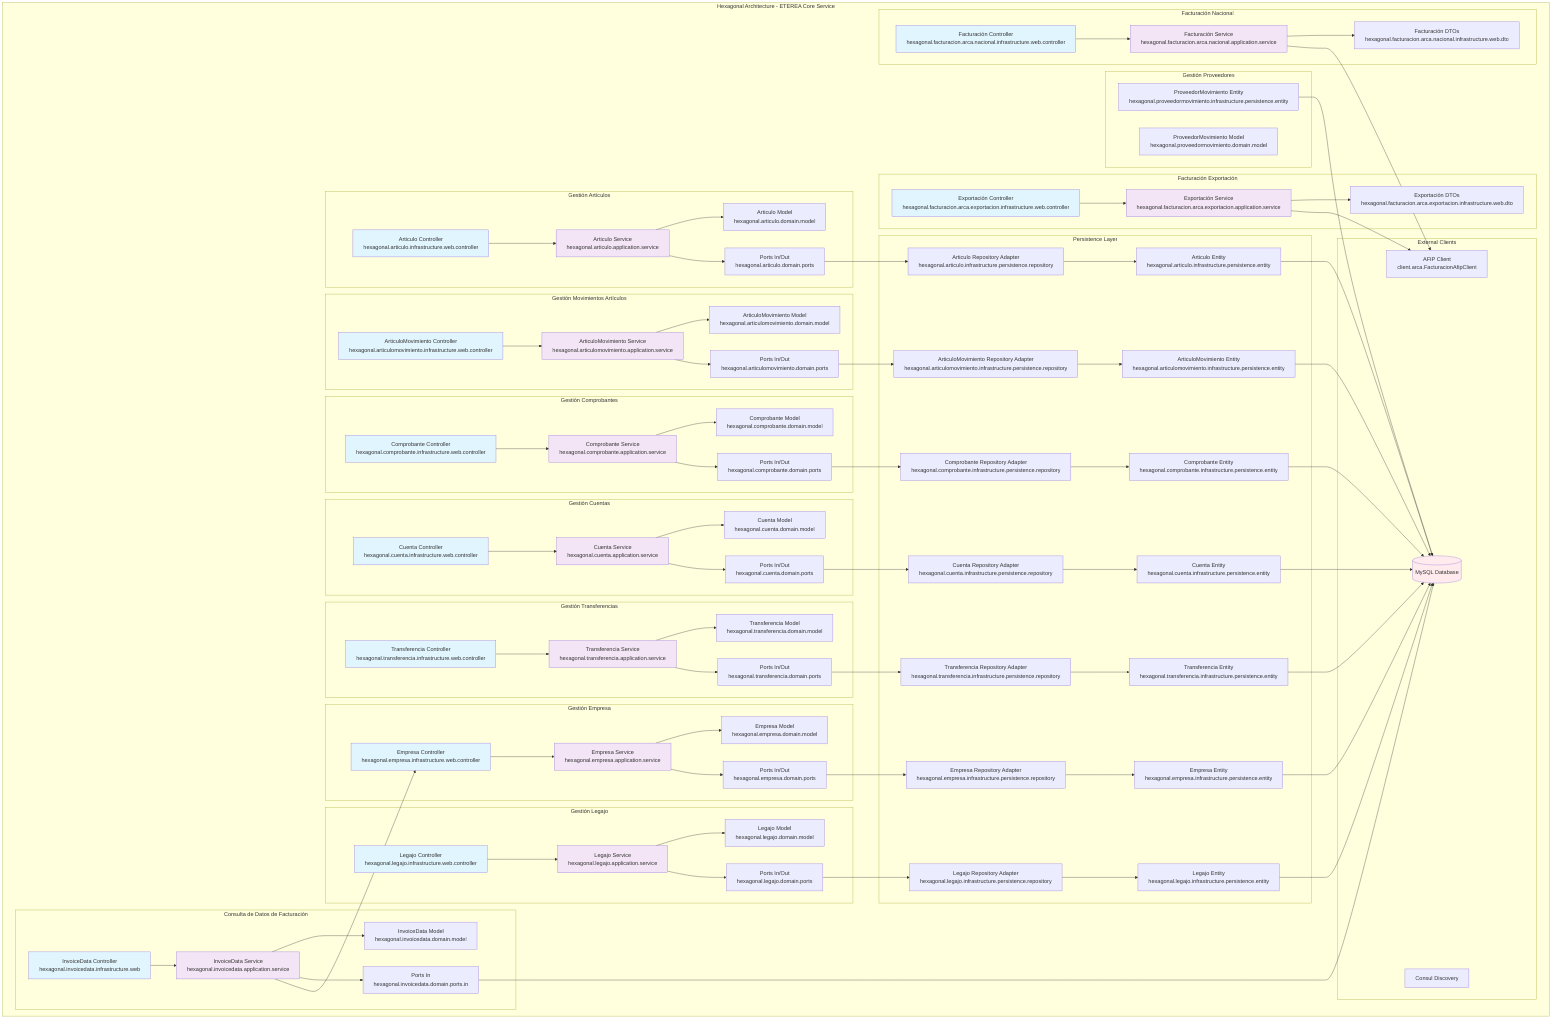
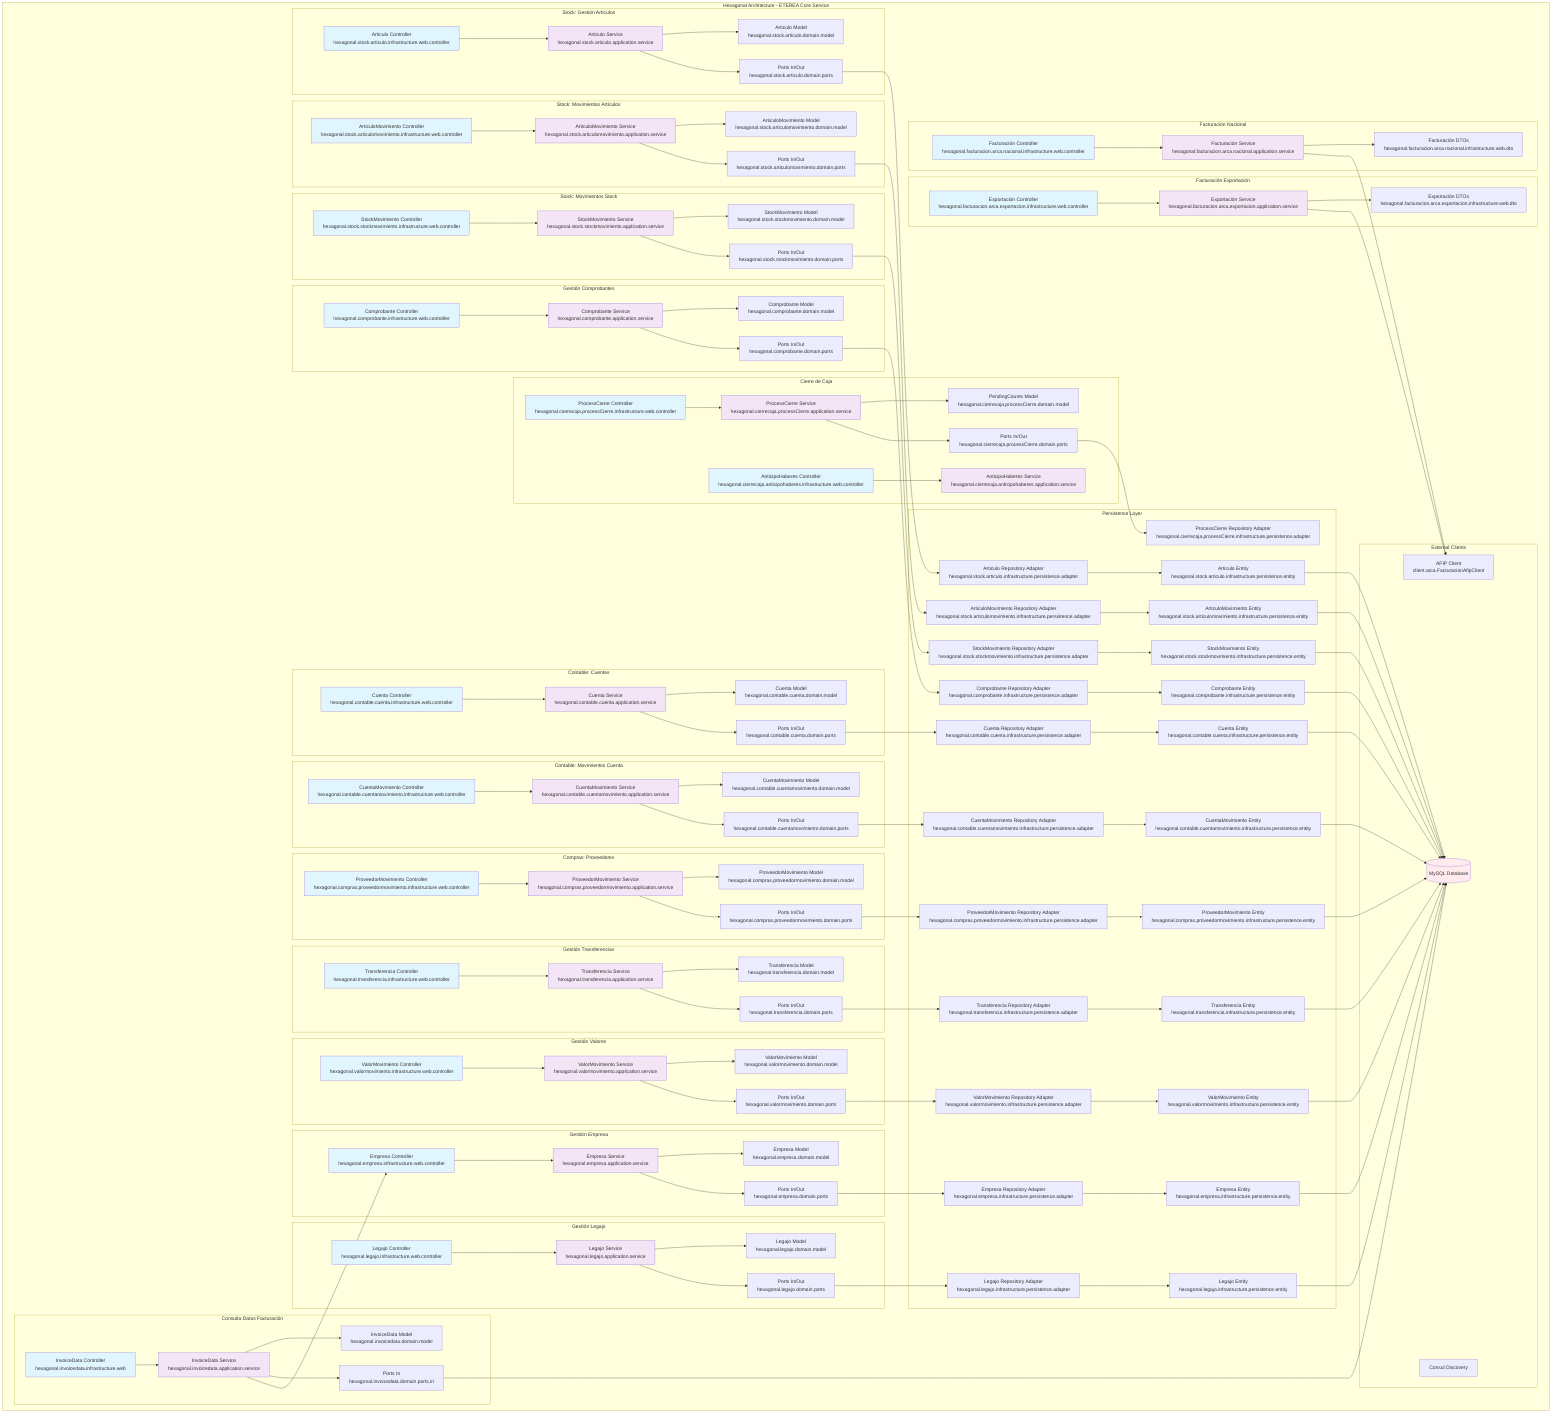
graph TB
    subgraph "Hexagonal Architecture - ETEREA Core Service"

-         subgraph "Gestión Artículos"
-             ART_API[Articulo Controller<br/>hexagonal.articulo.infrastructure.web.controller]
-             ART_APP[Articulo Service<br/>hexagonal.articulo.application.service]
-             ART_DOMAIN[Articulo Model<br/>hexagonal.articulo.domain.model]
-             ART_PORTS[Ports In/Out<br/>hexagonal.articulo.domain.ports]
-         end
- 
-         subgraph "Gestión Movimientos Artículos"
-             AM_API[ArticuloMovimiento Controller<br/>hexagonal.articulomovimiento.infrastructure.web.controller]
-             AM_APP[ArticuloMovimiento Service<br/>hexagonal.articulomovimiento.application.service]
-             AM_DOMAIN[ArticuloMovimiento Model<br/>hexagonal.articulomovimiento.domain.model]
-             AM_PORTS[Ports In/Out<br/>hexagonal.articulomovimiento.domain.ports]
+         subgraph "Stock: Gestión Artículos"
+             ART_API[Articulo Controller<br/>hexagonal.stock.articulo.infrastructure.web.controller]
+             ART_APP[Articulo Service<br/>hexagonal.stock.articulo.application.service]
+             ART_DOMAIN[Articulo Model<br/>hexagonal.stock.articulo.domain.model]
+             ART_PORTS[Ports In/Out<br/>hexagonal.stock.articulo.domain.ports]
+         end
+ 
+         subgraph "Stock: Movimientos Artículos"
+             AM_API[ArticuloMovimiento Controller<br/>hexagonal.stock.articulomovimiento.infrastructure.web.controller]
+             AM_APP[ArticuloMovimiento Service<br/>hexagonal.stock.articulomovimiento.application.service]
+             AM_DOMAIN[ArticuloMovimiento Model<br/>hexagonal.stock.articulomovimiento.domain.model]
+             AM_PORTS[Ports In/Out<br/>hexagonal.stock.articulomovimiento.domain.ports]
+         end
+ 
+         subgraph "Stock: Movimientos Stock"
+             SM_API[StockMovimiento Controller<br/>hexagonal.stock.stockmovimiento.infrastructure.web.controller]
+             SM_APP[StockMovimiento Service<br/>hexagonal.stock.stockmovimiento.application.service]
+             SM_DOMAIN[StockMovimiento Model<br/>hexagonal.stock.stockmovimiento.domain.model]
+             SM_PORTS[Ports In/Out<br/>hexagonal.stock.stockmovimiento.domain.ports]
+         end
+ 
+         subgraph "Contable: Cuentas"
+             CTA_API[Cuenta Controller<br/>hexagonal.contable.cuenta.infrastructure.web.controller]
+             CTA_APP[Cuenta Service<br/>hexagonal.contable.cuenta.application.service]
+             CTA_DOMAIN[Cuenta Model<br/>hexagonal.contable.cuenta.domain.model]
+             CTA_PORTS[Ports In/Out<br/>hexagonal.contable.cuenta.domain.ports]
+         end
+ 
+         subgraph "Contable: Movimientos Cuenta"
+             CM_API[CuentaMovimiento Controller<br/>hexagonal.contable.cuentamovimiento.infrastructure.web.controller]
+             CM_APP[CuentaMovimiento Service<br/>hexagonal.contable.cuentamovimiento.application.service]
+             CM_DOMAIN[CuentaMovimiento Model<br/>hexagonal.contable.cuentamovimiento.domain.model]
+             CM_PORTS[Ports In/Out<br/>hexagonal.contable.cuentamovimiento.domain.ports]
+         end
+ 
+         subgraph "Compras: Proveedores"
+             PM_API[ProveedorMovimiento Controller<br/>hexagonal.compras.proveedormovimiento.infrastructure.web.controller]
+             PM_APP[ProveedorMovimiento Service<br/>hexagonal.compras.proveedormovimiento.application.service]
+             PM_DOMAIN[ProveedorMovimiento Model<br/>hexagonal.compras.proveedormovimiento.domain.model]
+             PM_PORTS[Ports In/Out<br/>hexagonal.compras.proveedormovimiento.domain.ports]
        end

        subgraph "Gestión Comprobantes"
            COMP_API[Comprobante Controller<br/>hexagonal.comprobante.infrastructure.web.controller]
            COMP_APP[Comprobante Service<br/>hexagonal.comprobante.application.service]
            COMP_DOMAIN[Comprobante Model<br/>hexagonal.comprobante.domain.model]
            COMP_PORTS[Ports In/Out<br/>hexagonal.comprobante.domain.ports]
        end

-         subgraph "Gestión Cuentas"
-             CTA_API[Cuenta Controller<br/>hexagonal.cuenta.infrastructure.web.controller]
-             CTA_APP[Cuenta Service<br/>hexagonal.cuenta.application.service]
-             CTA_DOMAIN[Cuenta Model<br/>hexagonal.cuenta.domain.model]
-             CTA_PORTS[Ports In/Out<br/>hexagonal.cuenta.domain.ports]
-         end
- 
        subgraph "Gestión Transferencias"
            TRF_API[Transferencia Controller<br/>hexagonal.transferencia.infrastructure.web.controller]
            TRF_APP[Transferencia Service<br/>hexagonal.transferencia.application.service]
            TRF_DOMAIN[Transferencia Model<br/>hexagonal.transferencia.domain.model]
            TRF_PORTS[Ports In/Out<br/>hexagonal.transferencia.domain.ports]
        end

+         subgraph "Gestión Valores"
+             VM_API[ValorMovimiento Controller<br/>hexagonal.valormovimiento.infrastructure.web.controller]
+             VM_APP[ValorMovimiento Service<br/>hexagonal.valormovimiento.application.service]
+             VM_DOMAIN[ValorMovimiento Model<br/>hexagonal.valormovimiento.domain.model]
+             VM_PORTS[Ports In/Out<br/>hexagonal.valormovimiento.domain.ports]
+         end
+ 
        subgraph "Facturación Nacional"
            FN_API[Facturación Controller<br/>hexagonal.facturacion.arca.nacional.infrastructure.web.controller]
            FN_APP[Facturación Service<br/>hexagonal.facturacion.arca.nacional.application.service]
            FN_DOMAIN[Facturación DTOs<br/>hexagonal.facturacion.arca.nacional.infrastructure.web.dto]
        end

        subgraph "Facturación Exportación"
            FE_API[Exportación Controller<br/>hexagonal.facturacion.arca.exportacion.infrastructure.web.controller]
            FE_APP[Exportación Service<br/>hexagonal.facturacion.arca.exportacion.application.service]
            FE_DOMAIN[Exportación DTOs<br/>hexagonal.facturacion.arca.exportacion.infrastructure.web.dto]
        end

        subgraph "Gestión Empresa"
            E_API[Empresa Controller<br/>hexagonal.empresa.infrastructure.web.controller]
            E_APP[Empresa Service<br/>hexagonal.empresa.application.service]
            E_DOMAIN[Empresa Model<br/>hexagonal.empresa.domain.model]
            E_PORTS[Ports In/Out<br/>hexagonal.empresa.domain.ports]
        end

        subgraph "Gestión Legajo"
            L_API[Legajo Controller<br/>hexagonal.legajo.infrastructure.web.controller]
            L_APP[Legajo Service<br/>hexagonal.legajo.application.service]
            L_DOMAIN[Legajo Model<br/>hexagonal.legajo.domain.model]
            L_PORTS[Ports In/Out<br/>hexagonal.legajo.domain.ports]
        end

-         subgraph "Gestión Proveedores"
-             PM_DOMAIN[ProveedorMovimiento Model<br/>hexagonal.proveedormovimiento.domain.model]
-             PM_ENTITY[ProveedorMovimiento Entity<br/>hexagonal.proveedormovimiento.infrastructure.persistence.entity]
-         end
- 
-         subgraph "Consulta de Datos de Facturación"
+         subgraph "Consulta Datos Facturación"
            ID_API[InvoiceData Controller<br/>hexagonal.invoicedata.infrastructure.web]
            ID_APP[InvoiceData Service<br/>hexagonal.invoicedata.application.service]
            ID_DOMAIN[InvoiceData Model<br/>hexagonal.invoicedata.domain.model]
            ID_PORTS[Ports In<br/>hexagonal.invoicedata.domain.ports.in]
        end

+         subgraph "Cierre de Caja"
+             CC_API[ProcessCierre Controller<br/>hexagonal.cierrecaja.processCierre.infrastructure.web.controller]
+             CC_APP[ProcessCierre Service<br/>hexagonal.cierrecaja.processCierre.application.service]
+             CC_DOMAIN[PendingCounts Model<br/>hexagonal.cierrecaja.processCierre.domain.model]
+             CC_PORTS[Ports In/Out<br/>hexagonal.cierrecaja.processCierre.domain.ports]
+             AH_API[AnticipoHaberes Controller<br/>hexagonal.cierrecaja.anticipohaberes.infrastructure.web.controller]
+             AH_APP[AnticipoHaberes Service<br/>hexagonal.cierrecaja.anticipohaberes.application.service]
+         end
+ 
        subgraph "Persistence Layer"
-             ART_REPO[Articulo Repository Adapter<br/>hexagonal.articulo.infrastructure.persistence.repository]
-             ART_ENTITY[Articulo Entity<br/>hexagonal.articulo.infrastructure.persistence.entity]
-             AM_REPO[ArticuloMovimiento Repository Adapter<br/>hexagonal.articulomovimiento.infrastructure.persistence.repository]
-             AM_ENTITY[ArticuloMovimiento Entity<br/>hexagonal.articulomovimiento.infrastructure.persistence.entity]
-             COMP_REPO[Comprobante Repository Adapter<br/>hexagonal.comprobante.infrastructure.persistence.repository]
+             ART_REPO[Articulo Repository Adapter<br/>hexagonal.stock.articulo.infrastructure.persistence.adapter]
+             ART_ENTITY[Articulo Entity<br/>hexagonal.stock.articulo.infrastructure.persistence.entity]
+             AM_REPO[ArticuloMovimiento Repository Adapter<br/>hexagonal.stock.articulomovimiento.infrastructure.persistence.adapter]
+             AM_ENTITY[ArticuloMovimiento Entity<br/>hexagonal.stock.articulomovimiento.infrastructure.persistence.entity]
+             SM_REPO[StockMovimiento Repository Adapter<br/>hexagonal.stock.stockmovimiento.infrastructure.persistence.adapter]
+             SM_ENTITY[StockMovimiento Entity<br/>hexagonal.stock.stockmovimiento.infrastructure.persistence.entity]
+             COMP_REPO[Comprobante Repository Adapter<br/>hexagonal.comprobante.infrastructure.persistence.adapter]
            COMP_ENTITY[Comprobante Entity<br/>hexagonal.comprobante.infrastructure.persistence.entity]
-             CTA_REPO[Cuenta Repository Adapter<br/>hexagonal.cuenta.infrastructure.persistence.repository]
-             CTA_ENTITY[Cuenta Entity<br/>hexagonal.cuenta.infrastructure.persistence.entity]
-             TRF_REPO[Transferencia Repository Adapter<br/>hexagonal.transferencia.infrastructure.persistence.repository]
+             CTA_REPO[Cuenta Repository Adapter<br/>hexagonal.contable.cuenta.infrastructure.persistence.adapter]
+             CTA_ENTITY[Cuenta Entity<br/>hexagonal.contable.cuenta.infrastructure.persistence.entity]
+             CM_REPO[CuentaMovimiento Repository Adapter<br/>hexagonal.contable.cuentamovimiento.infrastructure.persistence.adapter]
+             CM_ENTITY[CuentaMovimiento Entity<br/>hexagonal.contable.cuentamovimiento.infrastructure.persistence.entity]
+             PM_REPO[ProveedorMovimiento Repository Adapter<br/>hexagonal.compras.proveedormovimiento.infrastructure.persistence.adapter]
+             PM_ENTITY[ProveedorMovimiento Entity<br/>hexagonal.compras.proveedormovimiento.infrastructure.persistence.entity]
+             TRF_REPO[Transferencia Repository Adapter<br/>hexagonal.transferencia.infrastructure.persistence.adapter]
            TRF_ENTITY[Transferencia Entity<br/>hexagonal.transferencia.infrastructure.persistence.entity]
-             E_REPO[Empresa Repository Adapter<br/>hexagonal.empresa.infrastructure.persistence.repository]
+             VM_REPO[ValorMovimiento Repository Adapter<br/>hexagonal.valormovimiento.infrastructure.persistence.adapter]
+             VM_ENTITY[ValorMovimiento Entity<br/>hexagonal.valormovimiento.infrastructure.persistence.entity]
+             E_REPO[Empresa Repository Adapter<br/>hexagonal.empresa.infrastructure.persistence.adapter]
            E_ENTITY[Empresa Entity<br/>hexagonal.empresa.infrastructure.persistence.entity]
-             L_REPO[Legajo Repository Adapter<br/>hexagonal.legajo.infrastructure.persistence.repository]
+             L_REPO[Legajo Repository Adapter<br/>hexagonal.legajo.infrastructure.persistence.adapter]
            L_ENTITY[Legajo Entity<br/>hexagonal.legajo.infrastructure.persistence.entity]
+             CC_REPO[ProcessCierre Repository Adapter<br/>hexagonal.cierrecaja.processCierre.infrastructure.persistence.adapter]
        end

        subgraph "External Clients"
            AFIP[AFIP Client<br/>client.arca.FacturacionAfipClient]
            CONSUL[Consul Discovery]
            DB[(MySQL Database)]
        end

        %% API Layer to Application Layer
        ART_API --> ART_APP
        AM_API --> AM_APP
+         SM_API --> SM_APP
        COMP_API --> COMP_APP
        CTA_API --> CTA_APP
+         CM_API --> CM_APP
+         PM_API --> PM_APP
        TRF_API --> TRF_APP
+         VM_API --> VM_APP
        FN_API --> FN_APP
        FE_API --> FE_APP
        E_API --> E_APP
        L_API --> L_APP
        ID_API --> ID_APP
+         CC_API --> CC_APP
+         AH_API --> AH_APP

        %% Application to Domain
        ART_APP --> ART_DOMAIN
        ART_APP --> ART_PORTS
        AM_APP --> AM_DOMAIN
        AM_APP --> AM_PORTS
+         SM_APP --> SM_DOMAIN
+         SM_APP --> SM_PORTS
        COMP_APP --> COMP_DOMAIN
        COMP_APP --> COMP_PORTS
        CTA_APP --> CTA_DOMAIN
        CTA_APP --> CTA_PORTS
+         CM_APP --> CM_DOMAIN
+         CM_APP --> CM_PORTS
+         PM_APP --> PM_DOMAIN
+         PM_APP --> PM_PORTS
        TRF_APP --> TRF_DOMAIN
        TRF_APP --> TRF_PORTS
+         VM_APP --> VM_DOMAIN
+         VM_APP --> VM_PORTS
        FN_APP --> FN_DOMAIN
        FE_APP --> FE_DOMAIN
        E_APP --> E_DOMAIN
        E_APP --> E_PORTS
        L_APP --> L_DOMAIN
        L_APP --> L_PORTS
        ID_APP --> ID_DOMAIN
        ID_APP --> ID_PORTS
+         CC_APP --> CC_DOMAIN
+         CC_APP --> CC_PORTS

        %% Domain to Infrastructure
        ART_PORTS --> ART_REPO
        ART_REPO --> ART_ENTITY
        ART_ENTITY --> DB
        AM_PORTS --> AM_REPO
        AM_REPO --> AM_ENTITY
        AM_ENTITY --> DB
+         SM_PORTS --> SM_REPO
+         SM_REPO --> SM_ENTITY
+         SM_ENTITY --> DB
        COMP_PORTS --> COMP_REPO
        COMP_REPO --> COMP_ENTITY
        COMP_ENTITY --> DB
        CTA_PORTS --> CTA_REPO
        CTA_REPO --> CTA_ENTITY
        CTA_ENTITY --> DB
+         CM_PORTS --> CM_REPO
+         CM_REPO --> CM_ENTITY
+         CM_ENTITY --> DB
+         PM_PORTS --> PM_REPO
+         PM_REPO --> PM_ENTITY
+         PM_ENTITY --> DB
        TRF_PORTS --> TRF_REPO
        TRF_REPO --> TRF_ENTITY
        TRF_ENTITY --> DB
+         VM_PORTS --> VM_REPO
+         VM_REPO --> VM_ENTITY
+         VM_ENTITY --> DB
        E_PORTS --> E_REPO
        E_REPO --> E_ENTITY
        E_ENTITY --> DB
        L_PORTS --> L_REPO
        L_REPO --> L_ENTITY
        L_ENTITY --> DB
        ID_PORTS --> DB
-         PM_ENTITY --> DB
+         CC_PORTS --> CC_REPO

        %% External Dependencies
        FN_APP --> AFIP
        FE_APP --> AFIP
        ID_APP --> E_API

        style ART_API fill:#e1f5fe
        style AM_API fill:#e1f5fe
+         style SM_API fill:#e1f5fe
        style COMP_API fill:#e1f5fe
        style CTA_API fill:#e1f5fe
+         style CM_API fill:#e1f5fe
+         style PM_API fill:#e1f5fe
        style TRF_API fill:#e1f5fe
+         style VM_API fill:#e1f5fe
        style FN_API fill:#e1f5fe
        style FE_API fill:#e1f5fe
        style E_API fill:#e1f5fe
        style L_API fill:#e1f5fe
        style ID_API fill:#e1f5fe
+         style CC_API fill:#e1f5fe
+         style AH_API fill:#e1f5fe
        style ART_APP fill:#f3e5f5
        style AM_APP fill:#f3e5f5
+         style SM_APP fill:#f3e5f5
        style COMP_APP fill:#f3e5f5
        style CTA_APP fill:#f3e5f5
+         style CM_APP fill:#f3e5f5
+         style PM_APP fill:#f3e5f5
        style TRF_APP fill:#f3e5f5
+         style VM_APP fill:#f3e5f5
        style FN_APP fill:#f3e5f5
        style FE_APP fill:#f3e5f5
        style E_APP fill:#f3e5f5
        style L_APP fill:#f3e5f5
        style ID_APP fill:#f3e5f5
+         style CC_APP fill:#f3e5f5
+         style AH_APP fill:#f3e5f5
        style DB fill:#ffebee
-     end+     end
